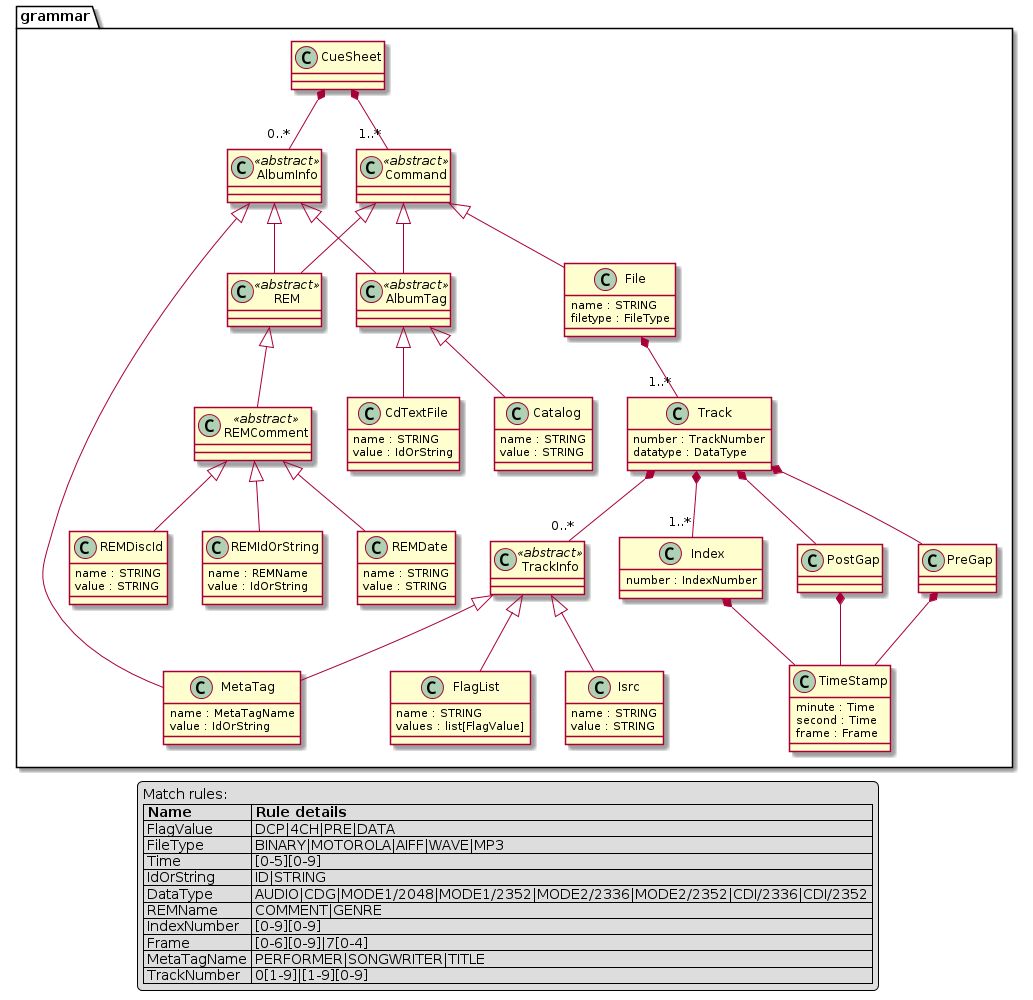
Earlier version of the PlantUML export images/metamodel-plantuml.png (max-k/coupe). The source it was exported from:
```plantuml
@startuml
set namespaceSeparator .


class grammar.CueSheet  {
}


class grammar.AlbumInfo <<abstract>> {
}


class grammar.REM <<abstract>> {
}


class grammar.REMComment <<abstract>> {
}


class grammar.REMDate  {
  name : STRING
  value : STRING
}


class grammar.REMDiscId  {
  name : STRING
  value : STRING
}


class grammar.REMIdOrString  {
  name : REMName
  value : IdOrString
}


class grammar.AlbumTag <<abstract>> {
}


class grammar.Catalog  {
  name : STRING
  value : STRING
}


class grammar.CdTextFile  {
  name : STRING
  value : IdOrString
}


class grammar.MetaTag  {
  name : MetaTagName
  value : IdOrString
}


class grammar.Command <<abstract>> {
}


class grammar.File  {
  name : STRING
  filetype : FileType
}


class grammar.Track  {
  number : TrackNumber
  datatype : DataType
}


class grammar.TrackInfo <<abstract>> {
}


class grammar.FlagList  {
  name : STRING
  values : list[FlagValue]
}


class grammar.Isrc  {
  name : STRING
  value : STRING
}


class grammar.PreGap  {
}


class grammar.Index  {
  number : IndexNumber
}


class grammar.PostGap  {
}


class grammar.TimeStamp  {
  minute : Time
  second : Time
  frame : Frame
}


grammar.CueSheet *-- "0..*" grammar.AlbumInfo
grammar.CueSheet *-- "1..*" grammar.Command
grammar.AlbumInfo <|-- grammar.REM
grammar.AlbumInfo <|-- grammar.AlbumTag
grammar.AlbumInfo <|-- grammar.MetaTag
grammar.REM <|-- grammar.REMComment
grammar.REMComment <|-- grammar.REMDate
grammar.REMComment <|-- grammar.REMDiscId
grammar.REMComment <|-- grammar.REMIdOrString
grammar.AlbumTag <|-- grammar.Catalog
grammar.AlbumTag <|-- grammar.CdTextFile
grammar.Command <|-- grammar.REM
grammar.Command <|-- grammar.AlbumTag
grammar.Command <|-- grammar.File
grammar.File *-- "1..*" grammar.Track
grammar.Track *-- "0..*" grammar.TrackInfo
grammar.Track *-- grammar.PreGap
grammar.Track *-- "1..*" grammar.Index
grammar.Track *-- grammar.PostGap
grammar.TrackInfo <|-- grammar.FlagList
grammar.TrackInfo <|-- grammar.Isrc
grammar.TrackInfo <|-- grammar.MetaTag
grammar.PreGap *-- grammar.TimeStamp
grammar.Index *-- grammar.TimeStamp
grammar.PostGap *-- grammar.TimeStamp

legend
  Match rules:
  |= Name  |= Rule details |
  | FlagValue | DCP\|4CH\|PRE\|DATA |
  | FileType | BINARY\|MOTOROLA\|AIFF\|WAVE\|MP3 |
  | Time | [0-5][0-9] |
  | IdOrString | ID\|STRING |
  | DataType | AUDIO\|CDG\|MODE1/2048\|MODE1/2352\|MODE2/2336\|MODE2/2352\|CDI/2336\|CDI/2352 |
  | REMName | COMMENT\|GENRE |
  | IndexNumber | [0-9][0-9] |
  | Frame | [0-6][0-9]\|7[0-4] |
  | MetaTagName | PERFORMER\|SONGWRITER\|TITLE |
  | TrackNumber | 0[1-9]\|[1-9][0-9] |
end legend

@enduml
```
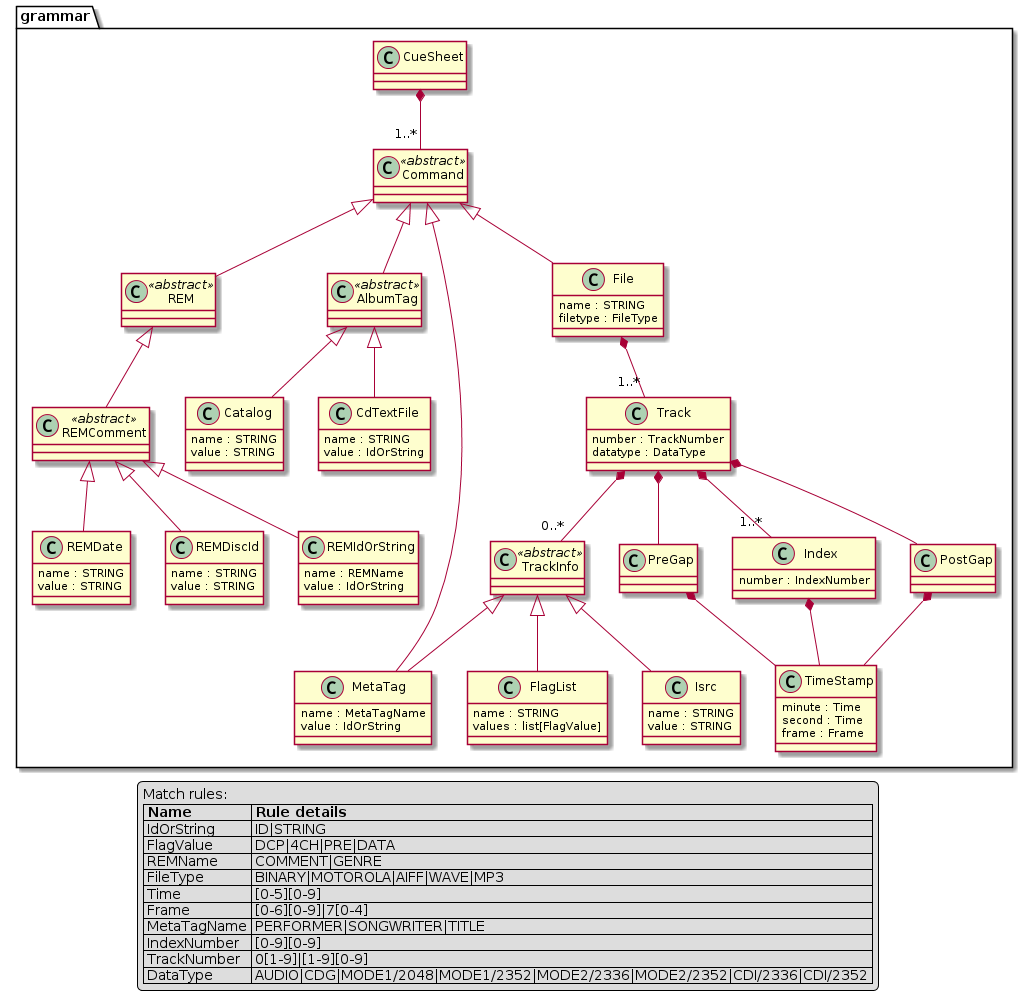
Above is the later version.

Diff of the diagram source:
```diff
@@ -6,7 +6,7 @@
 }
 
 
-class grammar.AlbumInfo <<abstract>> {
+class grammar.Command <<abstract>> {
 }
 
 
@@ -58,10 +58,6 @@
 }
 
 
-class grammar.Command <<abstract>> {
-}
-
-
 class grammar.File  {
   name : STRING
   filetype : FileType
@@ -110,20 +106,17 @@
 }
 
 
-grammar.CueSheet *-- "0..*" grammar.AlbumInfo
 grammar.CueSheet *-- "1..*" grammar.Command
-grammar.AlbumInfo <|-- grammar.REM
-grammar.AlbumInfo <|-- grammar.AlbumTag
-grammar.AlbumInfo <|-- grammar.MetaTag
+grammar.Command <|-- grammar.REM
+grammar.Command <|-- grammar.AlbumTag
+grammar.Command <|-- grammar.MetaTag
+grammar.Command <|-- grammar.File
 grammar.REM <|-- grammar.REMComment
 grammar.REMComment <|-- grammar.REMDate
 grammar.REMComment <|-- grammar.REMDiscId
 grammar.REMComment <|-- grammar.REMIdOrString
 grammar.AlbumTag <|-- grammar.Catalog
 grammar.AlbumTag <|-- grammar.CdTextFile
-grammar.Command <|-- grammar.REM
-grammar.Command <|-- grammar.AlbumTag
-grammar.Command <|-- grammar.File
 grammar.File *-- "1..*" grammar.Track
 grammar.Track *-- "0..*" grammar.TrackInfo
 grammar.Track *-- grammar.PreGap
@@ -139,16 +132,16 @@
 legend
   Match rules:
   |= Name  |= Rule details |
+  | IdOrString | ID\|STRING |
   | FlagValue | DCP\|4CH\|PRE\|DATA |
+  | REMName | COMMENT\|GENRE |
   | FileType | BINARY\|MOTOROLA\|AIFF\|WAVE\|MP3 |
   | Time | [0-5][0-9] |
-  | IdOrString | ID\|STRING |
-  | DataType | AUDIO\|CDG\|MODE1/2048\|MODE1/2352\|MODE2/2336\|MODE2/2352\|CDI/2336\|CDI/2352 |
-  | REMName | COMMENT\|GENRE |
-  | IndexNumber | [0-9][0-9] |
   | Frame | [0-6][0-9]\|7[0-4] |
   | MetaTagName | PERFORMER\|SONGWRITER\|TITLE |
+  | IndexNumber | [0-9][0-9] |
   | TrackNumber | 0[1-9]\|[1-9][0-9] |
+  | DataType | AUDIO\|CDG\|MODE1/2048\|MODE1/2352\|MODE2/2336\|MODE2/2352\|CDI/2336\|CDI/2352 |
 end legend
 
 @enduml
```
